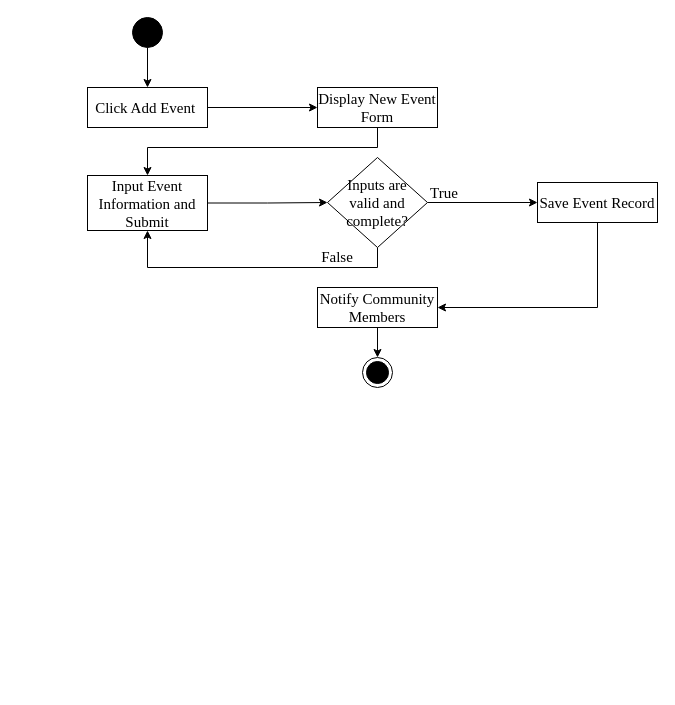
Before: page "EventCreation" (8 of 11) of ConnexUs_Chap3.drawio in gvillanueva01/ConnexUs_diagrams, a draw.io diagram. Source tidied: cells renumbered, new cells numbered last; positions are measured from the earlier drawing's top-left corner, leaving out a move shared by most shapes. Both pictures are drawn from the tidied source at 100%, with x=0, y=0 at pixel (87, 17).
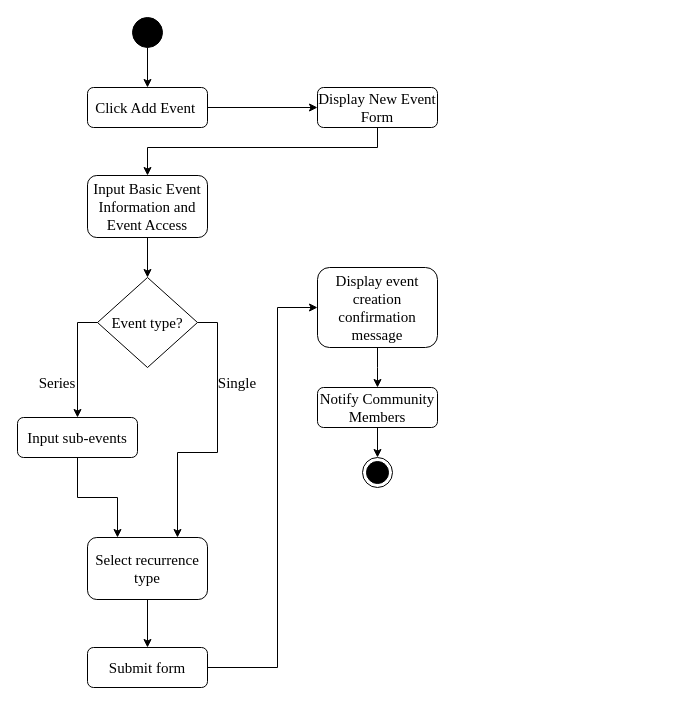
Above is the later version.

Commit message (it also covers changes not shown here):
ConnexUs_Chap3_complete_update_ver1

The edit, as a diff of the source:
```diff
@@
-    <mxCell id="5" value="Click Add Event&amp;nbsp;" style="rounded=0;whiteSpace=wrap;html=1;fontFamily=Times New Roman;fontSize=15;" parent="1" vertex="1">
+    <mxCell id="5" value="Click Add Event&amp;nbsp;" style="rounded=1;whiteSpace=wrap;html=1;fontFamily=Times New Roman;fontSize=15;" parent="1" vertex="1">
       <mxGeometry y="70" width="120" height="40" as="geometry" />
     </mxCell>
-    <mxCell id="6" style="edgeStyle=orthogonalEdgeStyle;rounded=0;jettySize=auto;html=1;entryX=0.5;entryY=1;entryDx=0;entryDy=0;fontSize=15;" parent="1" edge="1" source="8" target="14">
-      <mxGeometry relative="1" as="geometry">
-        <Array as="points">
-          <mxPoint x="290" y="250" />
-          <mxPoint x="60" y="250" />
-        </Array>
-      </mxGeometry>
-    </mxCell>
-    <mxCell id="7" style="edgeStyle=orthogonalEdgeStyle;rounded=0;jettySize=auto;html=1;entryX=0;entryY=0.5;entryDx=0;entryDy=0;fontSize=15;" parent="1" edge="1" source="8" target="16">
-      <mxGeometry relative="1" as="geometry" />
-    </mxCell>
-    <mxCell id="8" value="&lt;font face=&quot;Times New Roman&quot; style=&quot;font-size: 15px;&quot;&gt;Inputs are&lt;br style=&quot;font-size: 15px;&quot;&gt;valid&amp;nbsp;and&lt;br style=&quot;font-size: 15px;&quot;&gt;complete?&lt;/font&gt;" style="shape=rhombus;html=1;dashed=0;whiteSpace=wrap;perimeter=rhombusPerimeter;fontSize=15;" parent="1" vertex="1">
-      <mxGeometry x="240" y="140" width="100" height="90" as="geometry" />
+    <mxCell id="8" value="&lt;font face=&quot;Times New Roman&quot;&gt;Event type?&lt;/font&gt;" style="shape=rhombus;html=1;dashed=0;whiteSpace=wrap;perimeter=rhombusPerimeter;fontSize=15;" parent="1" vertex="1">
+      <mxGeometry x="10" y="260" width="100" height="90" as="geometry" />
     </mxCell>
     <mxCell id="9" style="ellipse;html=1;shape=endState;fillColor=strokeColor;fontSize=15;" parent="1" vertex="1">
-      <mxGeometry x="275" y="340" width="30" height="30" as="geometry" />
+      <mxGeometry x="275" y="440" width="30" height="30" as="geometry" />
     </mxCell>
-    <mxCell id="10" value="True" style="text;html=1;strokeColor=none;fillColor=none;align=center;verticalAlign=middle;whiteSpace=wrap;rounded=0;fontFamily=Times New Roman;fontSize=15;" parent="1" vertex="1">
-      <mxGeometry x="327" y="160" width="60" height="30" as="geometry" />
-    </mxCell>
@@
-    <mxCell id="12" value="Display New Event Form" style="rounded=0;whiteSpace=wrap;html=1;fontFamily=Times New Roman;fontSize=15;" parent="1" vertex="1">
+    <mxCell id="12" value="Display New Event Form" style="rounded=1;whiteSpace=wrap;html=1;fontFamily=Times New Roman;fontSize=15;" parent="1" vertex="1">
       <mxGeometry x="230" y="70" width="120" height="40" as="geometry" />
     </mxCell>
-    <mxCell id="13" style="edgeStyle=orthogonalEdgeStyle;rounded=0;jettySize=auto;html=1;entryX=0;entryY=0.5;entryDx=0;entryDy=0;fontSize=15;" parent="1" edge="1" source="14" target="8">
+    <mxCell id="13" style="edgeStyle=orthogonalEdgeStyle;rounded=0;jettySize=auto;html=1;entryX=0.5;entryY=0;entryDx=0;entryDy=0;fontSize=15;exitX=0.5;exitY=1;exitDx=0;exitDy=0;" parent="1" edge="1" source="14" target="8">
       <mxGeometry relative="1" as="geometry" />
     </mxCell>
-    <mxCell id="14" value="Input Event Information and Submit" style="rounded=0;whiteSpace=wrap;html=1;fontFamily=Times New Roman;fontSize=15;" parent="1" vertex="1">
-      <mxGeometry y="158" width="120" height="55" as="geometry" />
+    <mxCell id="14" value="Input Basic Event Information and Event Access" style="rounded=1;whiteSpace=wrap;html=1;fontFamily=Times New Roman;fontSize=15;" parent="1" vertex="1">
+      <mxGeometry y="158" width="120" height="62" as="geometry" />
     </mxCell>
-    <mxCell id="15" style="edgeStyle=orthogonalEdgeStyle;rounded=0;jettySize=auto;html=1;entryX=1;entryY=0.5;entryDx=0;entryDy=0;fontSize=15;" parent="1" edge="1" source="16" target="18">
-      <mxGeometry relative="1" as="geometry">
-        <Array as="points">
-          <mxPoint x="510" y="290" />
-        </Array>
-      </mxGeometry>
-    </mxCell>
-    <mxCell id="16" value="Save Event Record" style="rounded=0;whiteSpace=wrap;html=1;fontFamily=Times New Roman;fontSize=15;" parent="1" vertex="1">
-      <mxGeometry x="450" y="165" width="120" height="40" as="geometry" />
-    </mxCell>
@@
-    <mxCell id="18" value="Notify Community Members" style="rounded=0;whiteSpace=wrap;html=1;fontFamily=Times New Roman;fontSize=15;" parent="1" vertex="1">
-      <mxGeometry x="230" y="270" width="120" height="40" as="geometry" />
+    <mxCell id="18" value="Notify Community Members" style="rounded=1;whiteSpace=wrap;html=1;fontFamily=Times New Roman;fontSize=15;" parent="1" vertex="1">
+      <mxGeometry x="230" y="370" width="120" height="40" as="geometry" />
     </mxCell>
-    <mxCell id="19" value="False" style="text;html=1;strokeColor=none;fillColor=none;align=center;verticalAlign=middle;whiteSpace=wrap;rounded=0;fontFamily=Times New Roman;fontSize=15;" parent="1" vertex="1">
-      <mxGeometry x="220" y="224" width="60" height="30" as="geometry" />
-    </mxCell>
+    <mxCell id="20" value="Single" style="text;html=1;strokeColor=none;fillColor=none;align=center;verticalAlign=middle;whiteSpace=wrap;rounded=0;fontFamily=Times New Roman;fontSize=15;" parent="1" vertex="1">
+      <mxGeometry x="120" y="350" width="60" height="30" as="geometry" />
+    </mxCell>
+    <mxCell id="21" value="Series" style="text;html=1;strokeColor=none;fillColor=none;align=center;verticalAlign=middle;whiteSpace=wrap;rounded=0;fontFamily=Times New Roman;fontSize=15;" parent="1" vertex="1">
+      <mxGeometry x="-60" y="350" width="60" height="30" as="geometry" />
+    </mxCell>
+    <mxCell id="22" style="edgeStyle=orthogonalEdgeStyle;rounded=0;jettySize=auto;html=1;entryX=0.5;entryY=0;entryDx=0;entryDy=0;fontSize=15;exitX=0;exitY=0.5;exitDx=0;exitDy=0;" parent="1" edge="1" source="8" target="24">
+      <mxGeometry relative="1" as="geometry" />
+    </mxCell>
+    <mxCell id="23" style="edgeStyle=orthogonalEdgeStyle;rounded=0;jettySize=auto;html=1;entryX=0.75;entryY=0;entryDx=0;entryDy=0;fontSize=15;exitX=1;exitY=0.5;exitDx=0;exitDy=0;" parent="1" edge="1" source="8" target="25">
+      <mxGeometry relative="1" as="geometry" />
+    </mxCell>
+    <mxCell id="24" value="Input sub-events" style="rounded=1;whiteSpace=wrap;html=1;fontFamily=Times New Roman;fontSize=15;" parent="1" vertex="1">
+      <mxGeometry x="-70" y="400" width="120" height="40" as="geometry" />
+    </mxCell>
+    <mxCell id="25" value="Select recurrence type" style="rounded=1;whiteSpace=wrap;html=1;fontFamily=Times New Roman;fontSize=15;" parent="1" vertex="1">
+      <mxGeometry y="520" width="120" height="62" as="geometry" />
+    </mxCell>
+    <mxCell id="26" style="edgeStyle=orthogonalEdgeStyle;rounded=0;jettySize=auto;html=1;entryX=0.25;entryY=0;entryDx=0;entryDy=0;fontSize=15;exitX=0.5;exitY=1;exitDx=0;exitDy=0;" parent="1" edge="1" source="24" target="25">
+      <mxGeometry relative="1" as="geometry" />
+    </mxCell>
+    <mxCell id="27" value="Submit form" style="rounded=1;whiteSpace=wrap;html=1;fontFamily=Times New Roman;fontSize=15;" parent="1" vertex="1">
+      <mxGeometry y="630" width="120" height="40" as="geometry" />
+    </mxCell>
+    <mxCell id="28" style="edgeStyle=orthogonalEdgeStyle;rounded=0;jettySize=auto;html=1;entryX=0.5;entryY=0;entryDx=0;entryDy=0;fontSize=15;exitX=0.5;exitY=1;exitDx=0;exitDy=0;" parent="1" edge="1" source="25" target="27">
+      <mxGeometry relative="1" as="geometry" />
+    </mxCell>
+    <mxCell id="29" value="Display event creation confirmation message" style="rounded=1;whiteSpace=wrap;html=1;fontFamily=Times New Roman;fontSize=15;" parent="1" vertex="1">
+      <mxGeometry x="230" y="250" width="120" height="80" as="geometry" />
+    </mxCell>
+    <mxCell id="30" style="edgeStyle=orthogonalEdgeStyle;rounded=0;jettySize=auto;html=1;entryX=0;entryY=0.5;entryDx=0;entryDy=0;fontSize=15;exitX=1;exitY=0.5;exitDx=0;exitDy=0;" parent="1" edge="1" source="27" target="29">
+      <mxGeometry relative="1" as="geometry">
+        <Array as="points">
+          <mxPoint x="190" y="650" />
+          <mxPoint x="190" y="290" />
+        </Array>
+      </mxGeometry>
+    </mxCell>
+    <mxCell id="31" style="edgeStyle=orthogonalEdgeStyle;rounded=0;jettySize=auto;html=1;fontSize=15;exitX=0.5;exitY=1;exitDx=0;exitDy=0;" parent="1" edge="1" source="29">
+      <mxGeometry relative="1" as="geometry">
+        <mxPoint x="290" y="370" as="targetPoint" />
+      </mxGeometry>
+    </mxCell>
```
